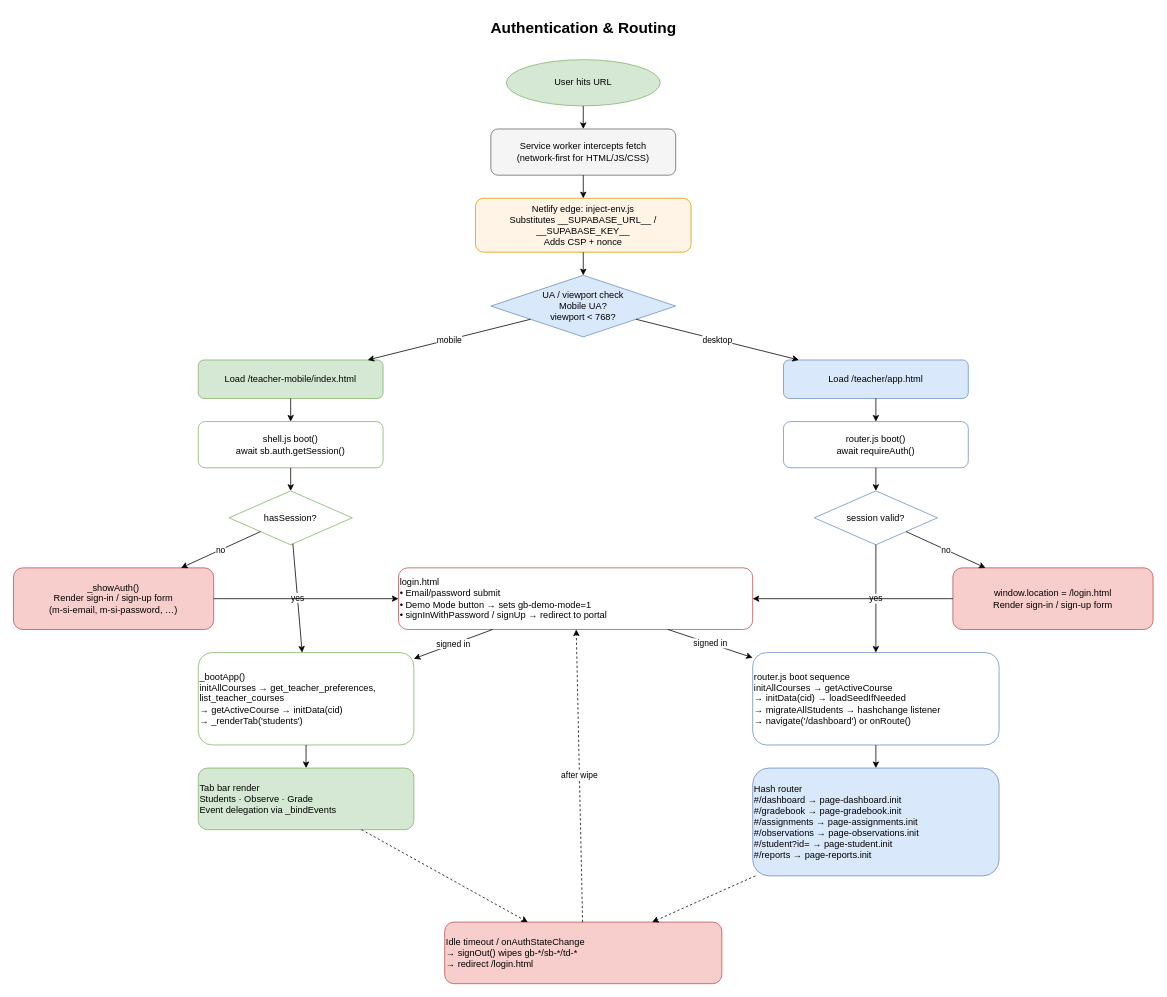
The draw.io diagram docs/diagrams/04-auth-and-routing.drawio in MrBrown85/FullVision, before the edit. Source tidied: cells renumbered, new cells numbered last; positions are measured from the earlier drawing's top-left corner, leaving out a move shared by most shapes. Both pictures are drawn from the tidied source at 77%, with x=0, y=0 at pixel (13, 13).
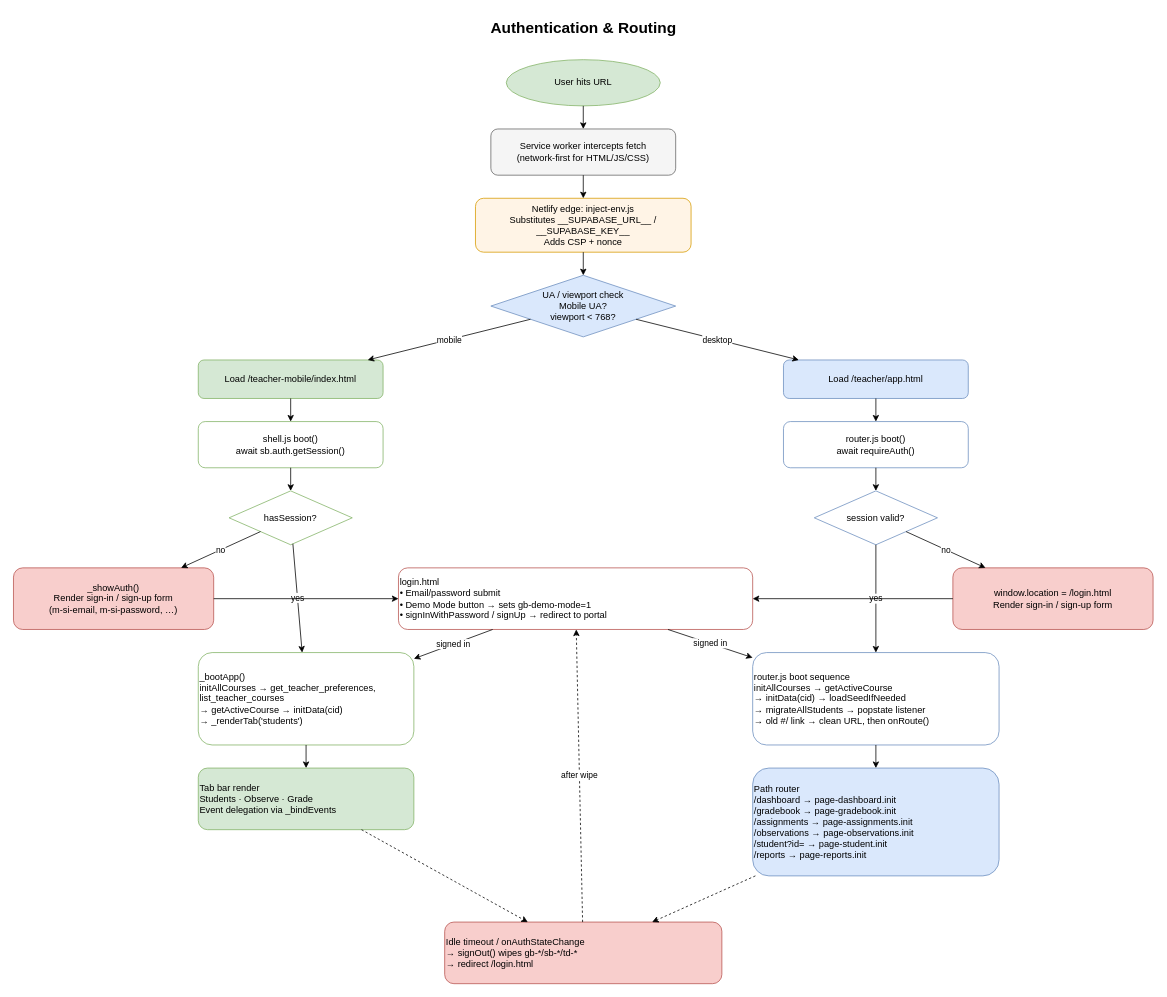
The same diagram, later.

Change to the diagram source:
```diff
@@
-    <mxCell id="17" value="router.js boot sequence&#10;initAllCourses → getActiveCourse&#10;→ initData(cid) → loadSeedIfNeeded&#10;→ migrateAllStudents → hashchange listener&#10;→ navigate('/dashboard') or onRoute()" style="rounded=1;whiteSpace=wrap;html=1;fillColor=#ffffff;strokeColor=#6c8ebf;align=left;" parent="1" vertex="1">
+    <mxCell id="17" value="router.js boot sequence&#10;initAllCourses → getActiveCourse&#10;→ initData(cid) → loadSeedIfNeeded&#10;→ migrateAllStudents → popstate listener&#10;→ old #/ link → clean URL, then onRoute()" style="rounded=1;whiteSpace=wrap;html=1;fillColor=#ffffff;strokeColor=#6c8ebf;align=left;" parent="1" vertex="1">
       <mxGeometry x="960" y="830" width="320" height="120" as="geometry" />
     </mxCell>
@@
-    <mxCell id="19" value="Hash router&#10;#/dashboard → page-dashboard.init&#10;#/gradebook → page-gradebook.init&#10;#/assignments → page-assignments.init&#10;#/observations → page-observations.init&#10;#/student?id= → page-student.init&#10;#/reports → page-reports.init" style="rounded=1;whiteSpace=wrap;html=1;fillColor=#dae8fc;strokeColor=#6c8ebf;align=left;" parent="1" vertex="1">
+    <mxCell id="19" value="Path router&#10;/dashboard → page-dashboard.init&#10;/gradebook → page-gradebook.init&#10;/assignments → page-assignments.init&#10;/observations → page-observations.init&#10;/student?id= → page-student.init&#10;/reports → page-reports.init" style="rounded=1;whiteSpace=wrap;html=1;fillColor=#dae8fc;strokeColor=#6c8ebf;align=left;" parent="1" vertex="1">
       <mxGeometry x="960" y="980" width="320" height="140" as="geometry" />
     </mxCell>
```
